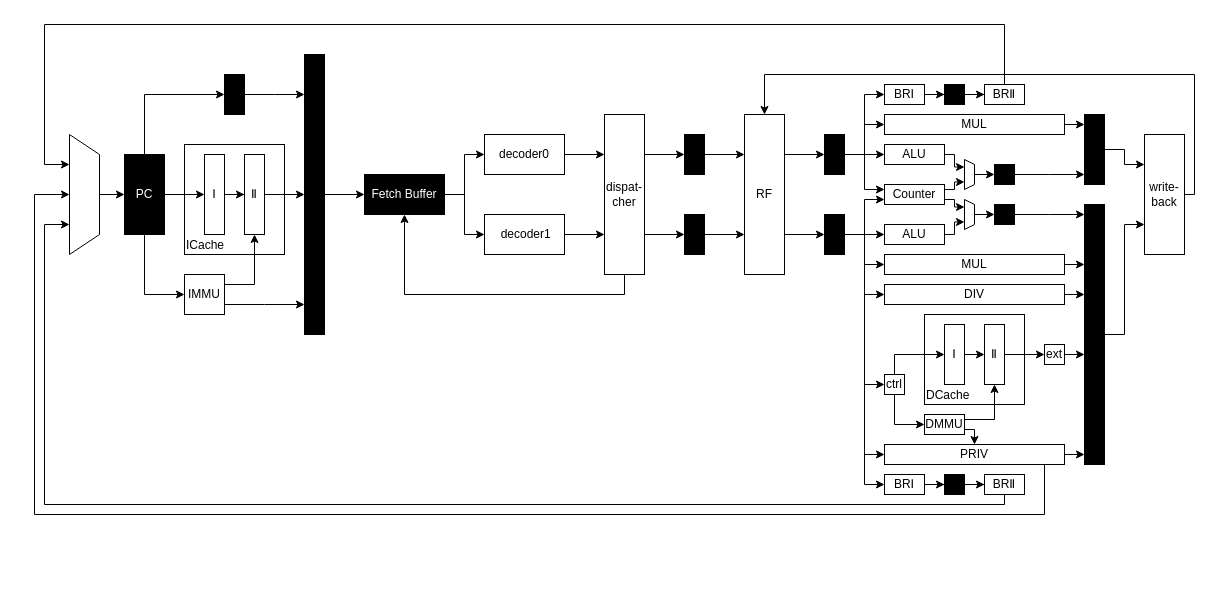
Earlier version of the draw.io diagram 未命名绘图4.drawio (caochenrui/Draw.io). Source tidied: cells renumbered, new cells numbered last; positions are measured from the earlier drawing's top-left corner, leaving out a move shared by most shapes. Both pictures are drawn from the tidied source at 100%, with x=0, y=0 at pixel (24, 24).
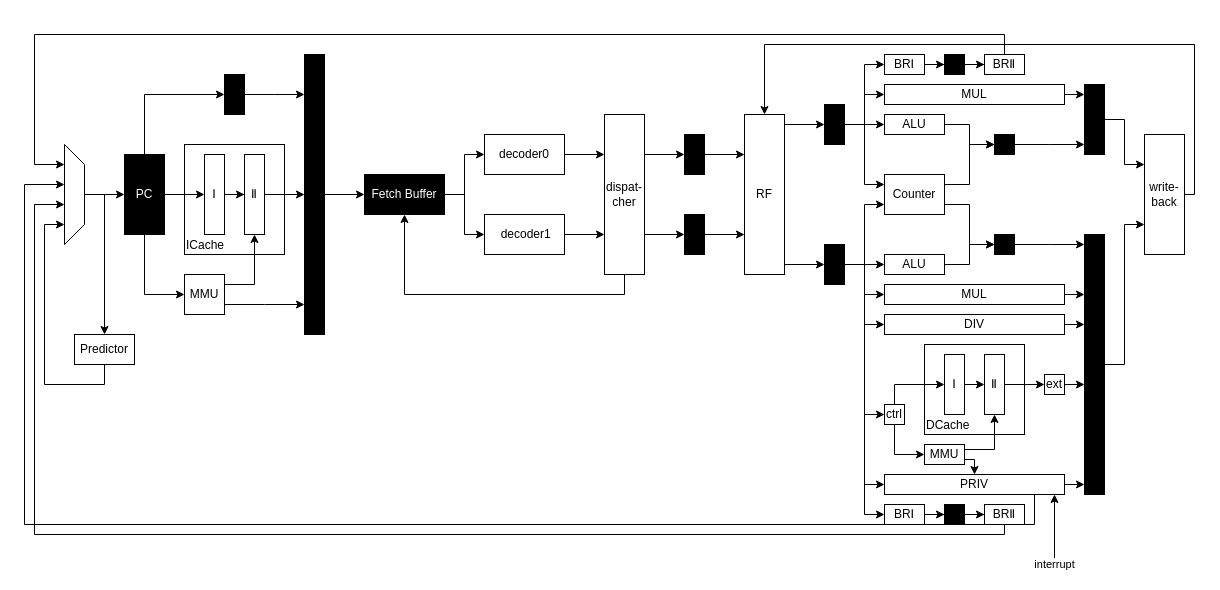
Above is the later version.

Commit message (it also covers changes not shown here):
更新未命名绘图4.drawio

Unchanged cells that the change refers to:
```xml
<mxCell id="7" value="PC" style="rounded=0;whiteSpace=wrap;html=1;fillColor=#000000;fontColor=#FFFFFF;" parent="1" vertex="1">
  <mxGeometry x="100" y="130" width="40" height="80" as="geometry" />
</mxCell>
<mxCell id="32" value="RF" style="rounded=0;whiteSpace=wrap;html=1;" parent="1" vertex="1">
  <mxGeometry x="720" y="90" width="40" height="160" as="geometry" />
</mxCell>
<mxCell id="105" value="write-&lt;br&gt;back" style="rounded=0;whiteSpace=wrap;html=1;" parent="1" vertex="1">
  <mxGeometry x="1120" y="110" width="40" height="120" as="geometry" />
</mxCell>
```

What changed in the source:
```diff
@@
-    <mxCell id="2" style="edgeStyle=orthogonalEdgeStyle;rounded=0;jettySize=auto;html=1;exitX=0.5;exitY=0;exitDx=0;exitDy=0;entryX=0;entryY=0.5;entryDx=0;entryDy=0;" parent="1" edge="1" source="3" target="7">
-      <mxGeometry relative="1" as="geometry" />
-    </mxCell>
-    <mxCell id="3" style="shape=trapezoid;perimeter=trapezoidPerimeter;whiteSpace=wrap;html=1;fixedSize=1;rotation=90;" parent="1" vertex="1">
-      <mxGeometry y="155" width="120" height="30" as="geometry" />
-    </mxCell>
@@
     <mxCell id="30" style="edgeStyle=orthogonalEdgeStyle;rounded=0;jettySize=auto;html=1;exitX=1;exitY=0.75;exitDx=0;exitDy=0;" parent="1" edge="1" source="32" target="45">
-      <mxGeometry relative="1" as="geometry" />
+      <mxGeometry relative="1" as="geometry">
+        <Array as="points">
+          <mxPoint x="760" y="240" />
+        </Array>
+      </mxGeometry>
     </mxCell>
     <mxCell id="31" style="edgeStyle=orthogonalEdgeStyle;rounded=0;jettySize=auto;html=1;exitX=1;exitY=0.25;exitDx=0;exitDy=0;" parent="1" edge="1" source="32" target="37">
-      <mxGeometry relative="1" as="geometry" />
+      <mxGeometry relative="1" as="geometry">
+        <Array as="points">
+          <mxPoint x="760" y="100" />
+        </Array>
+      </mxGeometry>
     </mxCell>
@@
     <mxCell id="37" style="whiteSpace=wrap;html=1;fillColor=#000000;fontColor=default;rounded=0;" parent="1" vertex="1">
-      <mxGeometry x="800" y="110" width="20" height="40" as="geometry" />
+      <mxGeometry x="800" y="80" width="20" height="40" as="geometry" />
     </mxCell>
@@
     <mxCell id="45" style="whiteSpace=wrap;html=1;fillColor=#000000;fontColor=default;rounded=0;" parent="1" vertex="1">
-      <mxGeometry x="800" y="190" width="20" height="40" as="geometry" />
+      <mxGeometry x="800" y="220" width="20" height="40" as="geometry" />
     </mxCell>
-    <mxCell id="46" style="edgeStyle=orthogonalEdgeStyle;rounded=0;jettySize=auto;html=1;exitX=1;exitY=0.5;exitDx=0;exitDy=0;entryX=0.25;entryY=1;entryDx=0;entryDy=0;startSize=6;jumpSize=6;" parent="1" edge="1" source="47" target="83">
-      <mxGeometry relative="1" as="geometry">
-        <Array as="points">
-          <mxPoint x="930" y="130" />
-          <mxPoint x="930" y="143" />
-        </Array>
-      </mxGeometry>
-    </mxCell>
+    <mxCell id="106" style="edgeStyle=orthogonalEdgeStyle;rounded=0;jettySize=auto;html=1;exitX=1;exitY=0.5;exitDx=0;exitDy=0;entryX=0;entryY=0.5;entryDx=0;entryDy=0;" parent="1" edge="1" source="47" target="51">
+      <mxGeometry relative="1" as="geometry" />
+    </mxCell>
     <mxCell id="47" value="ALU" style="rounded=0;whiteSpace=wrap;html=1;" parent="1" vertex="1">
-      <mxGeometry x="860" y="120" width="60" height="20" as="geometry" />
+      <mxGeometry x="860" y="90" width="60" height="20" as="geometry" />
     </mxCell>
@@
     <mxCell id="49" value="BRⅠ" style="rounded=0;whiteSpace=wrap;html=1;" parent="1" vertex="1">
-      <mxGeometry x="860" y="60" width="40" height="20" as="geometry" />
+      <mxGeometry x="860" y="30" width="40" height="20" as="geometry" />
     </mxCell>
     <mxCell id="50" style="edgeStyle=orthogonalEdgeStyle;rounded=0;jettySize=auto;html=1;exitX=1;exitY=0.5;exitDx=0;exitDy=0;" parent="1" edge="1" source="51">
       <mxGeometry relative="1" as="geometry">
-        <mxPoint x="1060" y="150" as="targetPoint" />
+        <mxPoint x="1060" y="120" as="targetPoint" />
       </mxGeometry>
     </mxCell>
     <mxCell id="51" style="whiteSpace=wrap;html=1;fillColor=#000000;fontColor=default;rounded=0;" parent="1" vertex="1">
-      <mxGeometry x="970" y="140" width="20" height="20" as="geometry" />
+      <mxGeometry x="970" y="110" width="20" height="20" as="geometry" />
     </mxCell>
@@
     <mxCell id="53" style="whiteSpace=wrap;html=1;fillColor=#000000;fontColor=default;rounded=0;" parent="1" vertex="1">
-      <mxGeometry x="920" y="60" width="20" height="20" as="geometry" />
+      <mxGeometry x="920" y="30" width="20" height="20" as="geometry" />
     </mxCell>
     <mxCell id="54" style="edgeStyle=orthogonalEdgeStyle;rounded=0;jettySize=auto;html=1;exitX=1;exitY=0.5;exitDx=0;exitDy=0;" parent="1" edge="1" source="55">
       <mxGeometry relative="1" as="geometry">
-        <mxPoint x="1060" y="100" as="targetPoint" />
+        <mxPoint x="1060" y="70" as="targetPoint" />
       </mxGeometry>
     </mxCell>
     <mxCell id="55" value="MUL" style="rounded=0;whiteSpace=wrap;html=1;" parent="1" vertex="1">
-      <mxGeometry x="860" y="90" width="180" height="20" as="geometry" />
+      <mxGeometry x="860" y="60" width="180" height="20" as="geometry" />
     </mxCell>
-    <mxCell id="56" style="edgeStyle=orthogonalEdgeStyle;rounded=0;jettySize=auto;html=1;exitX=0.5;exitY=0;exitDx=0;exitDy=0;entryX=0.25;entryY=1;entryDx=0;entryDy=0;" parent="1" edge="1" source="57" target="3">
+    <mxCell id="56" style="edgeStyle=orthogonalEdgeStyle;rounded=0;jettySize=auto;html=1;exitX=0.5;exitY=0;exitDx=0;exitDy=0;" parent="1" edge="1" source="57">
       <mxGeometry relative="1" as="geometry">
+        <mxPoint x="40" y="140" as="targetPoint" />
         <Array as="points">
-          <mxPoint x="980" />
-          <mxPoint x="20" />
-          <mxPoint x="20" y="140" />
+          <mxPoint x="980" y="10" />
+          <mxPoint x="10" y="10" />
+          <mxPoint x="10" y="140" />
         </Array>
       </mxGeometry>
     </mxCell>
     <mxCell id="57" value="BRⅡ" style="rounded=0;whiteSpace=wrap;html=1;" parent="1" vertex="1">
-      <mxGeometry x="960" y="60" width="40" height="20" as="geometry" />
+      <mxGeometry x="960" y="30" width="40" height="20" as="geometry" />
     </mxCell>
@@
     <mxCell id="59" style="whiteSpace=wrap;html=1;fillColor=#000000;fontColor=default;rounded=0;" parent="1" vertex="1">
-      <mxGeometry x="1060" y="90" width="20" height="70" as="geometry" />
+      <mxGeometry x="1060" y="60" width="20" height="70" as="geometry" />
     </mxCell>
@@
     <mxCell id="61" value="BRⅠ" style="rounded=0;whiteSpace=wrap;html=1;" parent="1" vertex="1">
-      <mxGeometry x="860" y="450" width="40" height="20" as="geometry" />
+      <mxGeometry x="860" y="480" width="40" height="20" as="geometry" />
     </mxCell>
@@
     <mxCell id="63" style="whiteSpace=wrap;html=1;fillColor=#000000;fontColor=default;rounded=0;" parent="1" vertex="1">
-      <mxGeometry x="920" y="450" width="20" height="20" as="geometry" />
+      <mxGeometry x="920" y="480" width="20" height="20" as="geometry" />
     </mxCell>
-    <mxCell id="64" style="edgeStyle=orthogonalEdgeStyle;rounded=0;jettySize=auto;html=1;exitX=0.5;exitY=1;exitDx=0;exitDy=0;entryX=0.75;entryY=1;entryDx=0;entryDy=0;" parent="1" edge="1" source="65" target="3">
+    <mxCell id="64" style="edgeStyle=orthogonalEdgeStyle;rounded=0;jettySize=auto;html=1;exitX=0.5;exitY=1;exitDx=0;exitDy=0;" parent="1" edge="1" source="65">
       <mxGeometry relative="1" as="geometry">
+        <mxPoint x="40" y="180" as="targetPoint" />
         <Array as="points">
-          <mxPoint x="980" y="480" />
-          <mxPoint x="20" y="480" />
-          <mxPoint x="20" y="200" />
+          <mxPoint x="980" y="510" />
+          <mxPoint x="10" y="510" />
+          <mxPoint x="10" y="180" />
+          <mxPoint x="40" y="180" />
         </Array>
       </mxGeometry>
     </mxCell>
     <mxCell id="65" value="BRⅡ" style="rounded=0;whiteSpace=wrap;html=1;" parent="1" vertex="1">
-      <mxGeometry x="960" y="450" width="40" height="20" as="geometry" />
+      <mxGeometry x="960" y="480" width="40" height="20" as="geometry" />
     </mxCell>
     <mxCell id="66" style="edgeStyle=orthogonalEdgeStyle;rounded=0;jettySize=auto;html=1;exitX=1;exitY=0.5;exitDx=0;exitDy=0;" parent="1" edge="1" source="67">
       <mxGeometry relative="1" as="geometry">
-        <mxPoint x="1060" y="240" as="targetPoint" />
+        <mxPoint x="1060" y="270" as="targetPoint" />
       </mxGeometry>
     </mxCell>
     <mxCell id="67" value="MUL" style="rounded=0;whiteSpace=wrap;html=1;" parent="1" vertex="1">
-      <mxGeometry x="860" y="230" width="180" height="20" as="geometry" />
+      <mxGeometry x="860" y="260" width="180" height="20" as="geometry" />
     </mxCell>
     <mxCell id="68" style="edgeStyle=orthogonalEdgeStyle;rounded=0;jettySize=auto;html=1;exitX=1;exitY=0.5;exitDx=0;exitDy=0;" parent="1" edge="1" source="69">
       <mxGeometry relative="1" as="geometry">
-        <mxPoint x="1060" y="269.9" as="targetPoint" />
+        <mxPoint x="1060" y="299.9" as="targetPoint" />
       </mxGeometry>
     </mxCell>
     <mxCell id="69" value="DIV" style="rounded=0;whiteSpace=wrap;html=1;" parent="1" vertex="1">
-      <mxGeometry x="860" y="260" width="180" height="20" as="geometry" />
+      <mxGeometry x="860" y="290" width="180" height="20" as="geometry" />
     </mxCell>
     <mxCell id="70" style="edgeStyle=orthogonalEdgeStyle;rounded=0;jettySize=auto;html=1;exitX=1;exitY=0.5;exitDx=0;exitDy=0;" parent="1" edge="1" source="72">
       <mxGeometry relative="1" as="geometry">
-        <mxPoint x="1060" y="430" as="targetPoint" />
+        <mxPoint x="1060" y="460" as="targetPoint" />
       </mxGeometry>
     </mxCell>
-    <mxCell id="71" style="edgeStyle=orthogonalEdgeStyle;rounded=0;jettySize=auto;html=1;entryX=0.5;entryY=1;entryDx=0;entryDy=0;" parent="1" edge="1" source="72" target="3">
+    <mxCell id="71" style="edgeStyle=orthogonalEdgeStyle;rounded=0;orthogonalLoop=1;jettySize=auto;html=1;" parent="1" edge="1">
       <mxGeometry relative="1" as="geometry">
+        <mxPoint x="1010" y="450" as="sourcePoint" />
+        <mxPoint x="40" y="160" as="targetPoint" />
         <Array as="points">
-          <mxPoint x="1020" y="490" />
-          <mxPoint x="10" y="490" />
-          <mxPoint x="10" y="170" />
+          <mxPoint x="1010" y="500" />
+          <mxPoint y="500" />
+          <mxPoint y="160" />
+          <mxPoint x="40" y="160" />
         </Array>
       </mxGeometry>
     </mxCell>
     <mxCell id="72" value="PRIV" style="rounded=0;whiteSpace=wrap;html=1;" parent="1" vertex="1">
-      <mxGeometry x="860" y="420" width="180" height="20" as="geometry" />
+      <mxGeometry x="860" y="450" width="180" height="20" as="geometry" />
     </mxCell>
-    <mxCell id="73" style="edgeStyle=orthogonalEdgeStyle;rounded=0;jettySize=auto;html=1;exitX=1;exitY=0.5;exitDx=0;exitDy=0;entryX=0.75;entryY=1;entryDx=0;entryDy=0;" parent="1" edge="1" source="74" target="85">
-      <mxGeometry relative="1" as="geometry">
-        <Array as="points">
-          <mxPoint x="930" y="210" />
-          <mxPoint x="930" y="198" />
-        </Array>
-      </mxGeometry>
-    </mxCell>
+    <mxCell id="107" style="edgeStyle=orthogonalEdgeStyle;rounded=0;jettySize=auto;html=1;exitX=1;exitY=0.5;exitDx=0;exitDy=0;entryX=0;entryY=0.5;entryDx=0;entryDy=0;" parent="1" edge="1" source="74" target="76">
+      <mxGeometry relative="1" as="geometry" />
+    </mxCell>
     <mxCell id="74" value="ALU" style="rounded=0;whiteSpace=wrap;html=1;" parent="1" vertex="1">
-      <mxGeometry x="860" y="200" width="60" height="20" as="geometry" />
+      <mxGeometry x="860" y="230" width="60" height="20" as="geometry" />
     </mxCell>
     <mxCell id="75" style="edgeStyle=orthogonalEdgeStyle;rounded=0;jettySize=auto;html=1;exitX=1;exitY=0.5;exitDx=0;exitDy=0;" parent="1" edge="1" source="76">
       <mxGeometry relative="1" as="geometry">
-        <mxPoint x="1060" y="190" as="targetPoint" />
+        <mxPoint x="1060" y="220" as="targetPoint" />
       </mxGeometry>
     </mxCell>
     <mxCell id="76" style="whiteSpace=wrap;html=1;fillColor=#000000;fontColor=default;rounded=0;" parent="1" vertex="1">
-      <mxGeometry x="970" y="180" width="20" height="20" as="geometry" />
+      <mxGeometry x="970" y="210" width="20" height="20" as="geometry" />
     </mxCell>
@@
     <mxCell id="78" style="whiteSpace=wrap;html=1;fillColor=#000000;fontColor=default;rounded=0;" parent="1" vertex="1">
-      <mxGeometry x="1060" y="180" width="20" height="260" as="geometry" />
+      <mxGeometry x="1060" y="210" width="20" height="260" as="geometry" />
     </mxCell>
-    <mxCell id="79" style="edgeStyle=orthogonalEdgeStyle;rounded=0;jettySize=auto;html=1;exitX=1;exitY=0.25;exitDx=0;exitDy=0;entryX=0.75;entryY=1;entryDx=0;entryDy=0;" parent="1" edge="1" source="81" target="83">
-      <mxGeometry relative="1" as="geometry">
-        <Array as="points">
-          <mxPoint x="930" y="165" />
-          <mxPoint x="930" y="158" />
-        </Array>
-      </mxGeometry>
-    </mxCell>
-    <mxCell id="80" style="edgeStyle=orthogonalEdgeStyle;rounded=0;jettySize=auto;html=1;exitX=1;exitY=0.75;exitDx=0;exitDy=0;entryX=0.25;entryY=1;entryDx=0;entryDy=0;" parent="1" edge="1" source="81" target="85">
-      <mxGeometry relative="1" as="geometry">
-        <Array as="points">
-          <mxPoint x="930" y="175" />
-          <mxPoint x="930" y="183" />
-        </Array>
-      </mxGeometry>
-    </mxCell>
+    <mxCell id="108" style="edgeStyle=orthogonalEdgeStyle;rounded=0;jettySize=auto;html=1;exitX=1;exitY=0.75;exitDx=0;exitDy=0;entryX=0;entryY=0.5;entryDx=0;entryDy=0;" parent="1" edge="1" source="81" target="76">
+      <mxGeometry relative="1" as="geometry" />
+    </mxCell>
+    <mxCell id="109" style="edgeStyle=orthogonalEdgeStyle;rounded=0;jettySize=auto;html=1;exitX=1;exitY=0.25;exitDx=0;exitDy=0;entryX=0;entryY=0.5;entryDx=0;entryDy=0;" parent="1" edge="1" source="81" target="51">
+      <mxGeometry relative="1" as="geometry" />
+    </mxCell>
     <mxCell id="81" value="Counter" style="rounded=0;whiteSpace=wrap;html=1;" parent="1" vertex="1">
-      <mxGeometry x="860" y="160" width="60" height="20" as="geometry" />
+      <mxGeometry x="860" y="150" width="60" height="40" as="geometry" />
     </mxCell>
-    <mxCell id="82" style="edgeStyle=orthogonalEdgeStyle;rounded=0;jettySize=auto;html=1;exitX=0.5;exitY=0;exitDx=0;exitDy=0;entryX=0;entryY=0.5;entryDx=0;entryDy=0;" parent="1" edge="1" source="83" target="51">
-      <mxGeometry relative="1" as="geometry" />
-    </mxCell>
-    <mxCell id="83" style="shape=trapezoid;perimeter=trapezoidPerimeter;whiteSpace=wrap;html=1;fixedSize=1;rotation=90;size=4.999999999999773;" parent="1" vertex="1">
-      <mxGeometry x="930" y="145" width="30" height="10" as="geometry" />
-    </mxCell>
-    <mxCell id="84" style="edgeStyle=orthogonalEdgeStyle;rounded=0;jettySize=auto;html=1;exitX=0.5;exitY=0;exitDx=0;exitDy=0;entryX=0;entryY=0.5;entryDx=0;entryDy=0;" parent="1" edge="1" source="85" target="76">
-      <mxGeometry relative="1" as="geometry" />
-    </mxCell>
-    <mxCell id="85" style="shape=trapezoid;perimeter=trapezoidPerimeter;whiteSpace=wrap;html=1;fixedSize=1;rotation=90;size=4.999999999999773;" parent="1" vertex="1">
-      <mxGeometry x="930" y="185" width="30" height="10" as="geometry" />
-    </mxCell>
     <mxCell id="86" value="DCache" style="rounded=0;whiteSpace=wrap;html=1;labelPosition=center;verticalLabelPosition=middle;align=left;verticalAlign=bottom;fillColor=none;" parent="1" vertex="1">
-      <mxGeometry x="900" y="290" width="100" height="90" as="geometry" />
+      <mxGeometry x="900" y="320" width="100" height="90" as="geometry" />
     </mxCell>
@@
-    <mxCell id="89" value="DMMU" style="rounded=0;whiteSpace=wrap;html=1;" parent="1" vertex="1">
-      <mxGeometry x="900" y="390" width="40" height="20" as="geometry" />
+    <mxCell id="89" value="MMU" style="rounded=0;whiteSpace=wrap;html=1;" parent="1" vertex="1">
+      <mxGeometry x="900" y="420" width="40" height="20" as="geometry" />
     </mxCell>
@@
     <mxCell id="92" value="ctrl" style="rounded=0;whiteSpace=wrap;html=1;labelPosition=center;verticalLabelPosition=middle;align=center;verticalAlign=middle;" parent="1" vertex="1">
-      <mxGeometry x="860" y="350" width="20" height="20" as="geometry" />
+      <mxGeometry x="860" y="380" width="20" height="20" as="geometry" />
     </mxCell>
@@
     <mxCell id="95" style="edgeStyle=orthogonalEdgeStyle;rounded=0;jettySize=auto;html=1;exitX=1;exitY=0.5;exitDx=0;exitDy=0;" parent="1" edge="1" source="96">
       <mxGeometry relative="1" as="geometry">
-        <mxPoint x="1060" y="330" as="targetPoint" />
+        <mxPoint x="1060" y="360" as="targetPoint" />
       </mxGeometry>
     </mxCell>
     <mxCell id="96" value="ext" style="rounded=0;whiteSpace=wrap;html=1;labelPosition=center;verticalLabelPosition=middle;align=center;verticalAlign=middle;" parent="1" vertex="1">
-      <mxGeometry x="1020" y="320" width="20" height="20" as="geometry" />
+      <mxGeometry x="1020" y="350" width="20" height="20" as="geometry" />
     </mxCell>
@@
-    <mxCell id="99" value="IMMU" style="rounded=0;whiteSpace=wrap;html=1;" parent="1" vertex="1">
+    <mxCell id="99" value="MMU" style="rounded=0;whiteSpace=wrap;html=1;" parent="1" vertex="1">
       <mxGeometry x="160" y="250" width="40" height="40" as="geometry" />
     </mxCell>
@@
     <mxCell id="101" value="Ⅰ" style="rounded=0;whiteSpace=wrap;html=1;" parent="1" vertex="1">
-      <mxGeometry x="920" y="300" width="20" height="60" as="geometry" />
+      <mxGeometry x="920" y="330" width="20" height="60" as="geometry" />
     </mxCell>
@@
     <mxCell id="103" value="Ⅱ" style="rounded=0;whiteSpace=wrap;html=1;" parent="1" vertex="1">
-      <mxGeometry x="960" y="300" width="20" height="60" as="geometry" />
+      <mxGeometry x="960" y="330" width="20" height="60" as="geometry" />
     </mxCell>
     <mxCell id="104" style="edgeStyle=orthogonalEdgeStyle;rounded=0;jettySize=auto;html=1;exitX=1;exitY=0.5;exitDx=0;exitDy=0;" parent="1" edge="1" source="105" target="32">
       <mxGeometry relative="1" as="geometry">
         <Array as="points">
           <mxPoint x="1170" y="170" />
-          <mxPoint x="1170" y="50" />
-          <mxPoint x="740" y="50" />
+          <mxPoint x="1170" y="20" />
+          <mxPoint x="740" y="20" />
         </Array>
       </mxGeometry>
     </mxCell>
@@
+    <mxCell id="110" value="interrupt" style="endArrow=classic;html=1;rounded=0;" parent="1" edge="1">
+      <mxGeometry x="-1" relative="1" as="geometry">
+        <mxPoint x="1030" y="540" as="sourcePoint" />
+        <mxPoint x="1030" y="470" as="targetPoint" />
+      </mxGeometry>
+    </mxCell>
+    <mxCell id="111" style="edgeStyle=orthogonalEdgeStyle;rounded=0;jettySize=auto;html=1;" parent="1" edge="1" source="112">
+      <mxGeometry relative="1" as="geometry">
+        <mxPoint x="40" y="200" as="targetPoint" />
+        <Array as="points">
+          <mxPoint x="80" y="360" />
+          <mxPoint x="20" y="360" />
+          <mxPoint x="20" y="200" />
+        </Array>
+      </mxGeometry>
+    </mxCell>
+    <mxCell id="112" value="Predictor" style="rounded=0;whiteSpace=wrap;html=1;" parent="1" vertex="1">
+      <mxGeometry x="50" y="310" width="60" height="30" as="geometry" />
+    </mxCell>
+    <mxCell id="113" style="edgeStyle=orthogonalEdgeStyle;rounded=0;jettySize=auto;html=1;exitX=0.5;exitY=0;exitDx=0;exitDy=0;entryX=0;entryY=0.5;entryDx=0;entryDy=0;" parent="1" edge="1" source="115" target="7">
+      <mxGeometry relative="1" as="geometry" />
+    </mxCell>
+    <mxCell id="114" style="edgeStyle=orthogonalEdgeStyle;rounded=0;jettySize=auto;html=1;exitX=0.5;exitY=0;exitDx=0;exitDy=0;entryX=0.5;entryY=0;entryDx=0;entryDy=0;" parent="1" edge="1" source="115" target="112">
+      <mxGeometry relative="1" as="geometry" />
+    </mxCell>
+    <mxCell id="115" style="shape=trapezoid;perimeter=trapezoidPerimeter;whiteSpace=wrap;html=1;fixedSize=1;rotation=90;" parent="1" vertex="1">
+      <mxGeometry y="160" width="100" height="20" as="geometry" />
+    </mxCell>
```
